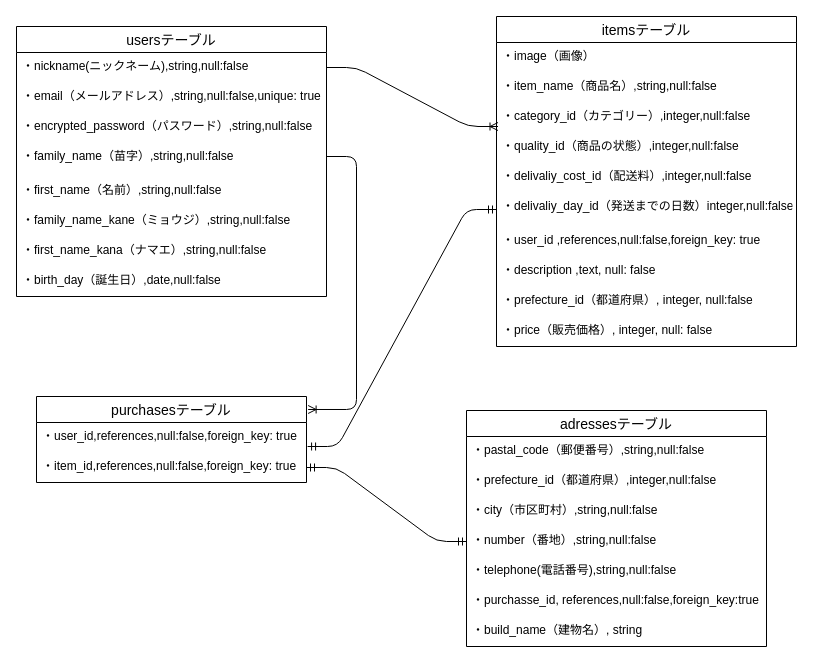
Before: furima.dio in yuta-d/furima-34332, a draw.io diagram. Source tidied: cells renumbered, new cells numbered last; positions are measured from the earlier drawing's top-left corner, leaving out a move shared by most shapes. Both pictures are drawn from the tidied source at 100%, with x=0, y=0 at pixel (16, 16).
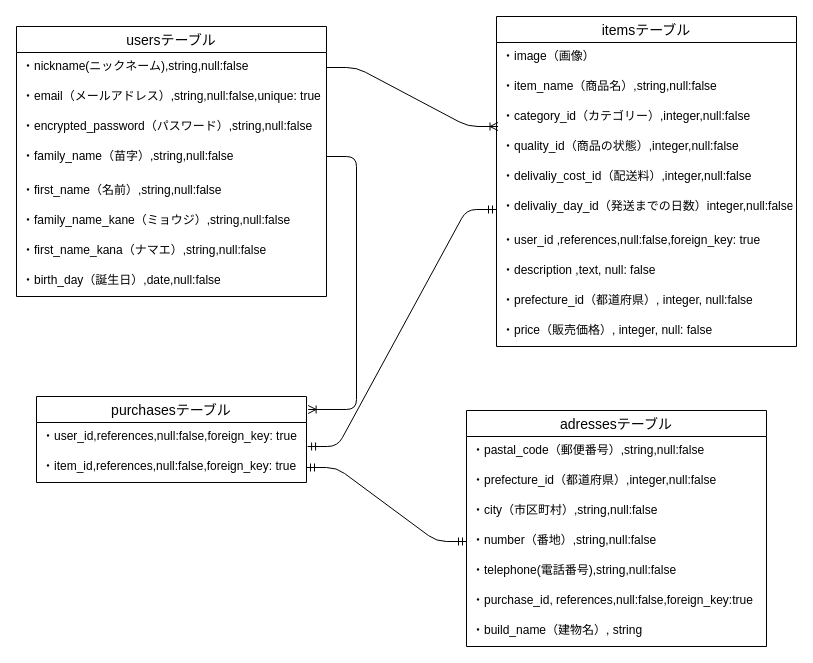
The same diagram, later.

The change refers to these unchanged cells:
```xml
<mxCell id="27" value="adressesテーブル" style="swimlane;fontStyle=0;horizontal=1;startSize=26;align=center;fontSize=14;" parent="1" vertex="1">
  <mxGeometry x="450" y="394" width="300" height="236" as="geometry" />
</mxCell>
```

The edit, as a diff of the source:
```diff
@@
-    <mxCell id="33" value="・purchasse_id, references,null:false,foreign_key:true" style="text;strokeColor=none;fillColor=none;spacingLeft=4;spacingRight=4;overflow=hidden;fontSize=12;" parent="27" vertex="1">
+    <mxCell id="33" value="・purchase_id, references,null:false,foreign_key:true" style="text;strokeColor=none;fillColor=none;spacingLeft=4;spacingRight=4;overflow=hidden;fontSize=12;" parent="27" vertex="1">
       <mxGeometry y="176" width="300" height="30" as="geometry" />
     </mxCell>
```
